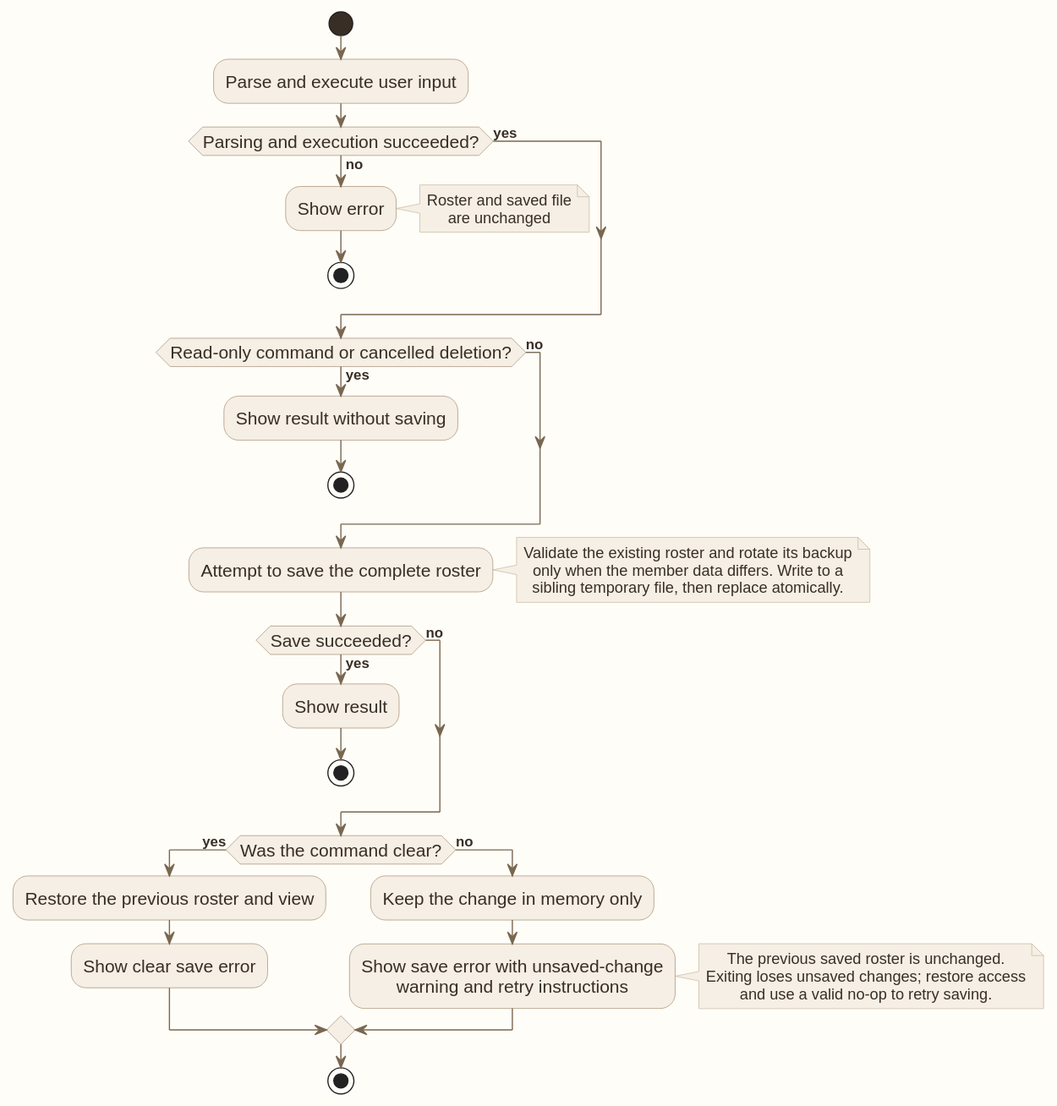
Earlier version of the PlantUML export images/AutomaticSavingData.svg (AY2627S1-CS2103T-W12-1/tp).
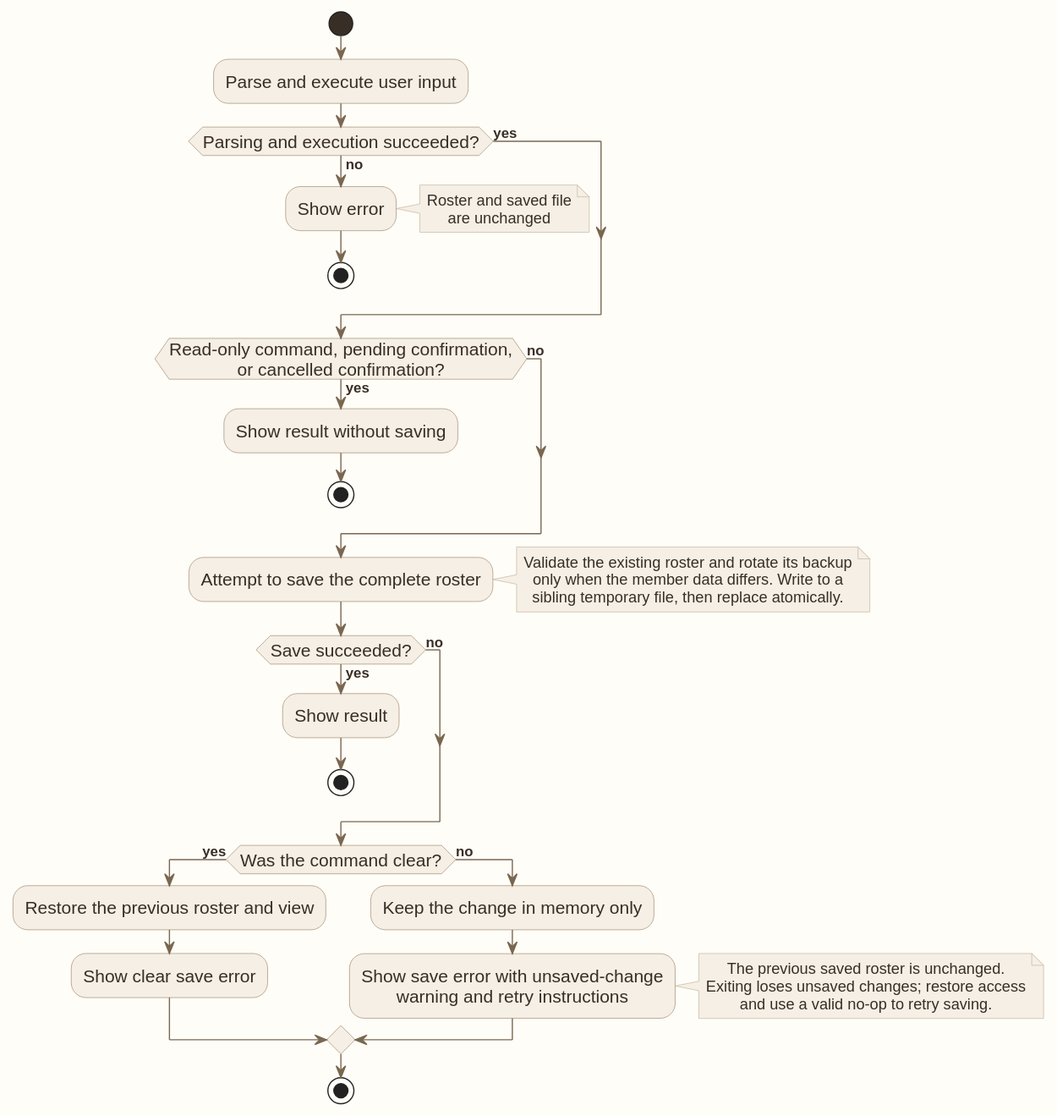
After the change.

Diff of the diagram source:
```diff
@@ -18,7 +18,7 @@
 else (yes)
 endif
 
-if (Read-only command or cancelled deletion?) then (yes)
+if (Read-only command, pending confirmation,\nor cancelled confirmation?) then (yes)
     :Show result without saving;
     stop
 else (no)
```
